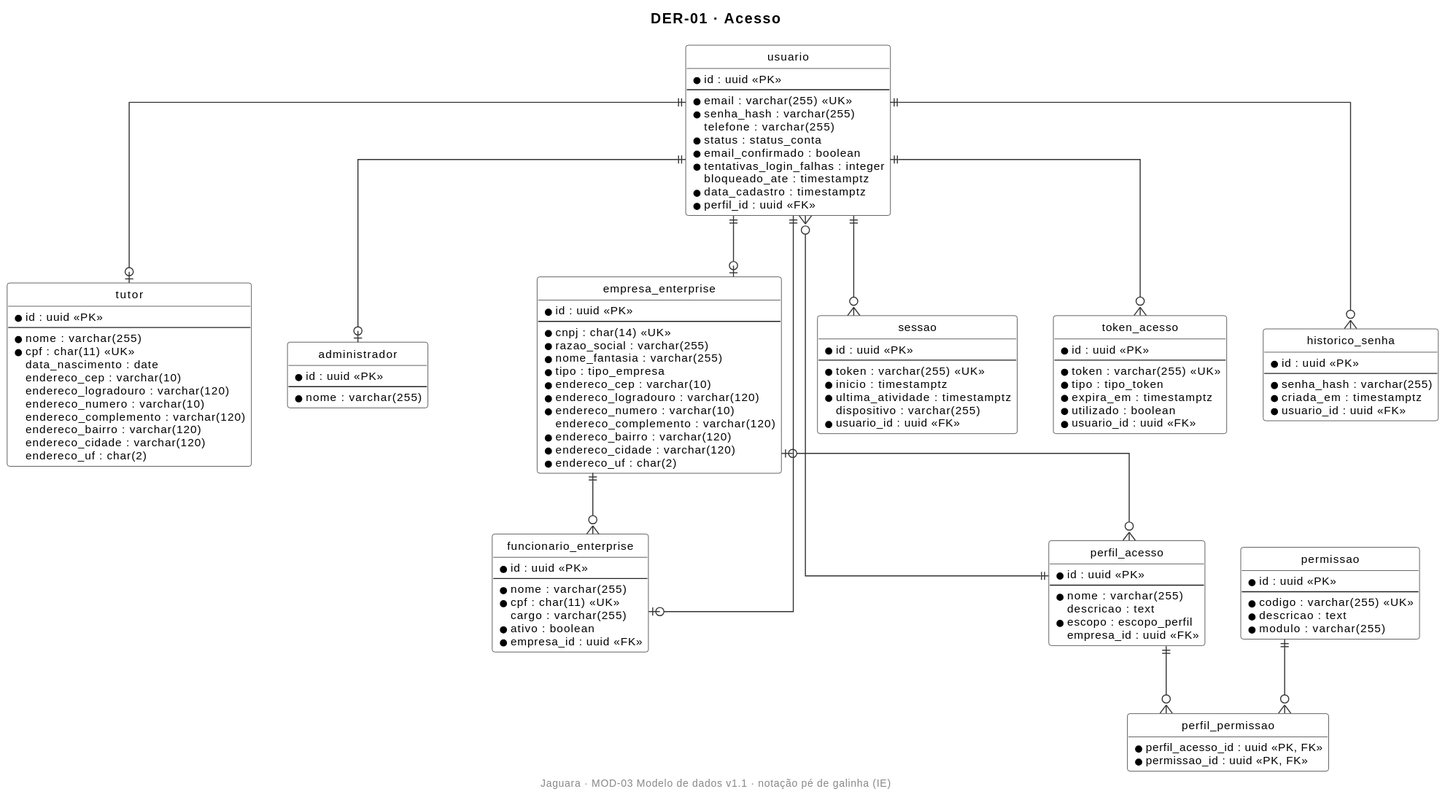
Above: docs/04-modelagem/modelo-de-dados/img/DER-01-acesso.svg in JaguaraPet/Jaguara_doc (PlantUML), before the change.
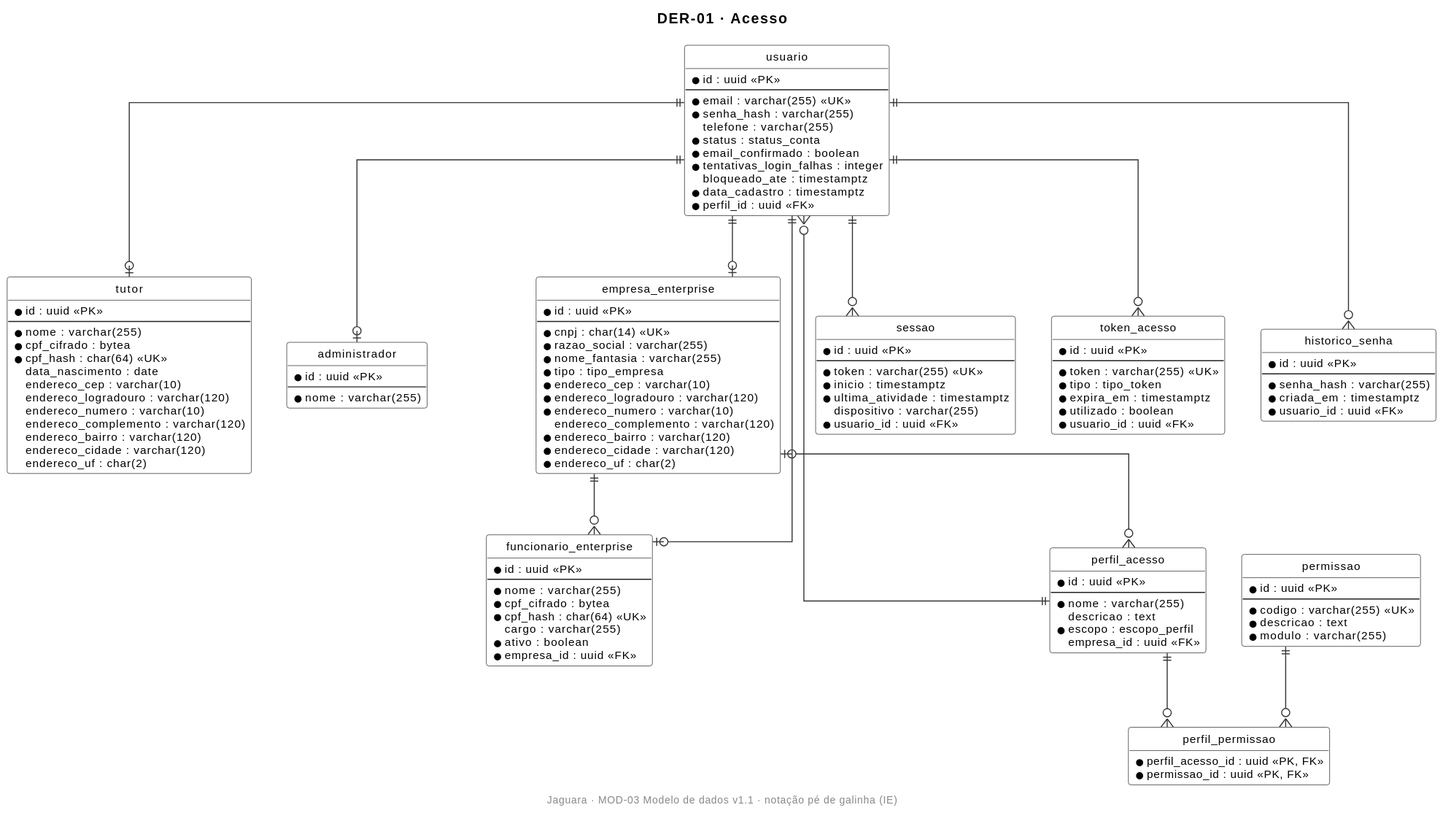
Later version of the same file.

Commit message:
docs(arquitetura): completa LGPD e seguranca de dados de pessoas e pets (#3)

The edit, as a diff of the source:
```diff
@@ -1,5 +1,18 @@
 @startuml
-!include _estilo.iuml
+skinparam defaultFontName Arial
+skinparam defaultFontSize 11
+skinparam shadowing false
+skinparam backgroundColor white
+skinparam linetype ortho
+skinparam class {
+  BackgroundColor white
+  BorderColor #222222
+  ArrowColor #333333
+}
+hide circle
+hide empty members
+footer Jaguara · MOD-03 Modelo de dados v1.1 · notação pé de galinha (IE)
+
 title DER-01 · Acesso
 
 entity "usuario" as Usuario {
@@ -19,7 +32,8 @@
   * id : uuid <<PK>>
   --
   * nome : varchar(255)
-  * cpf : char(11) <<UK>>
+  * cpf_cifrado : bytea
+  * cpf_hash : char(64) <<UK>>
     data_nascimento : date
     endereco_cep : varchar(10)
     endereco_logradouro : varchar(120)
@@ -53,7 +67,8 @@
   * id : uuid <<PK>>
   --
   * nome : varchar(255)
-  * cpf : char(11) <<UK>>
+  * cpf_cifrado : bytea
+  * cpf_hash : char(64) <<UK>>
     cargo : varchar(255)
   * ativo : boolean
   * empresa_id : uuid <<FK>>
```
